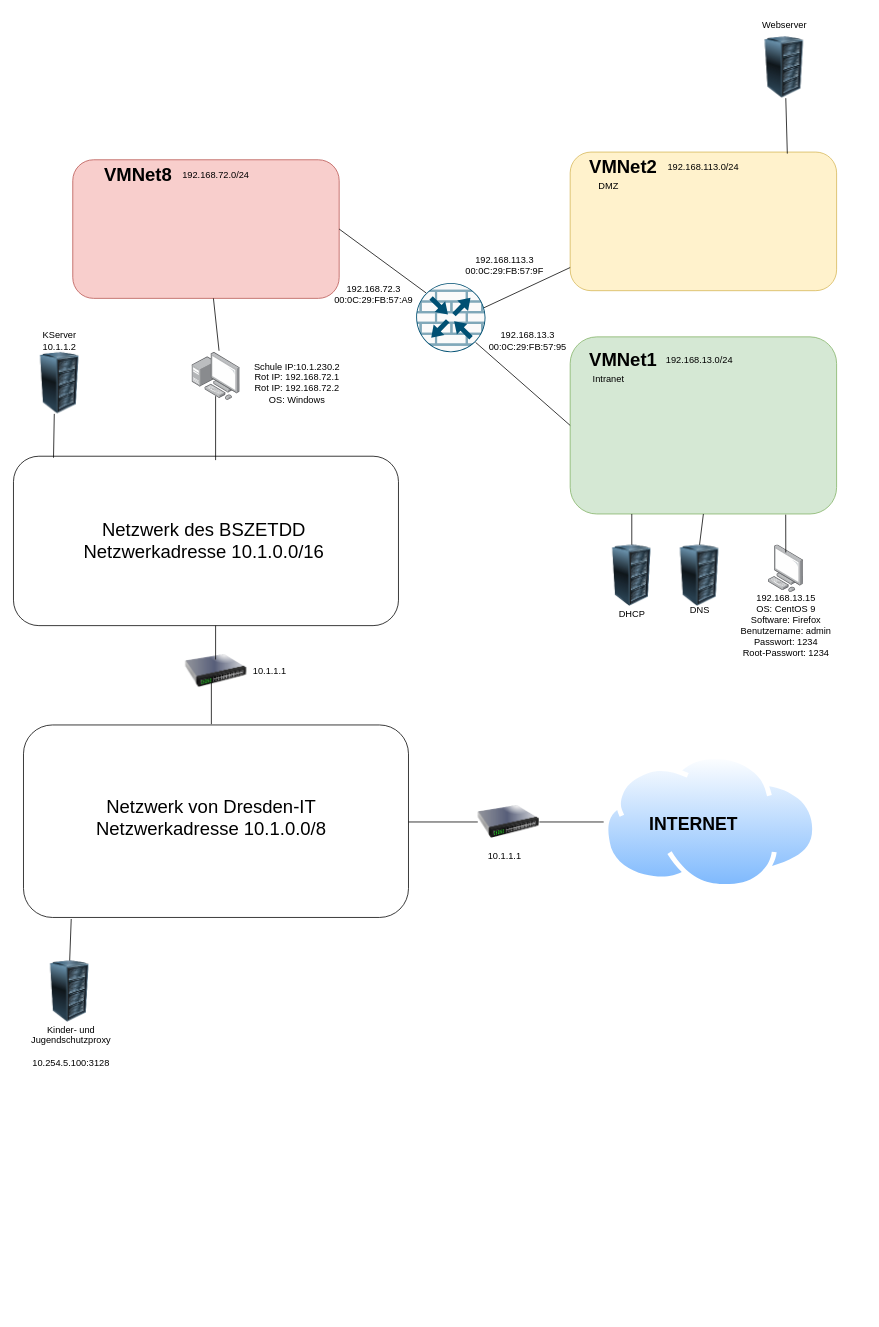
This is Unbenanntes Diagramm(1).drawio from peterLERNSAX/lf9-feuerwand, a draw.io file, before an edit. Source tidied: cells renumbered, new cells numbered last; positions are measured from the earlier drawing's top-left corner, leaving out a move shared by most shapes. Both pictures are drawn from the tidied source at 77%, with x=0, y=0 at pixel (13, 13).
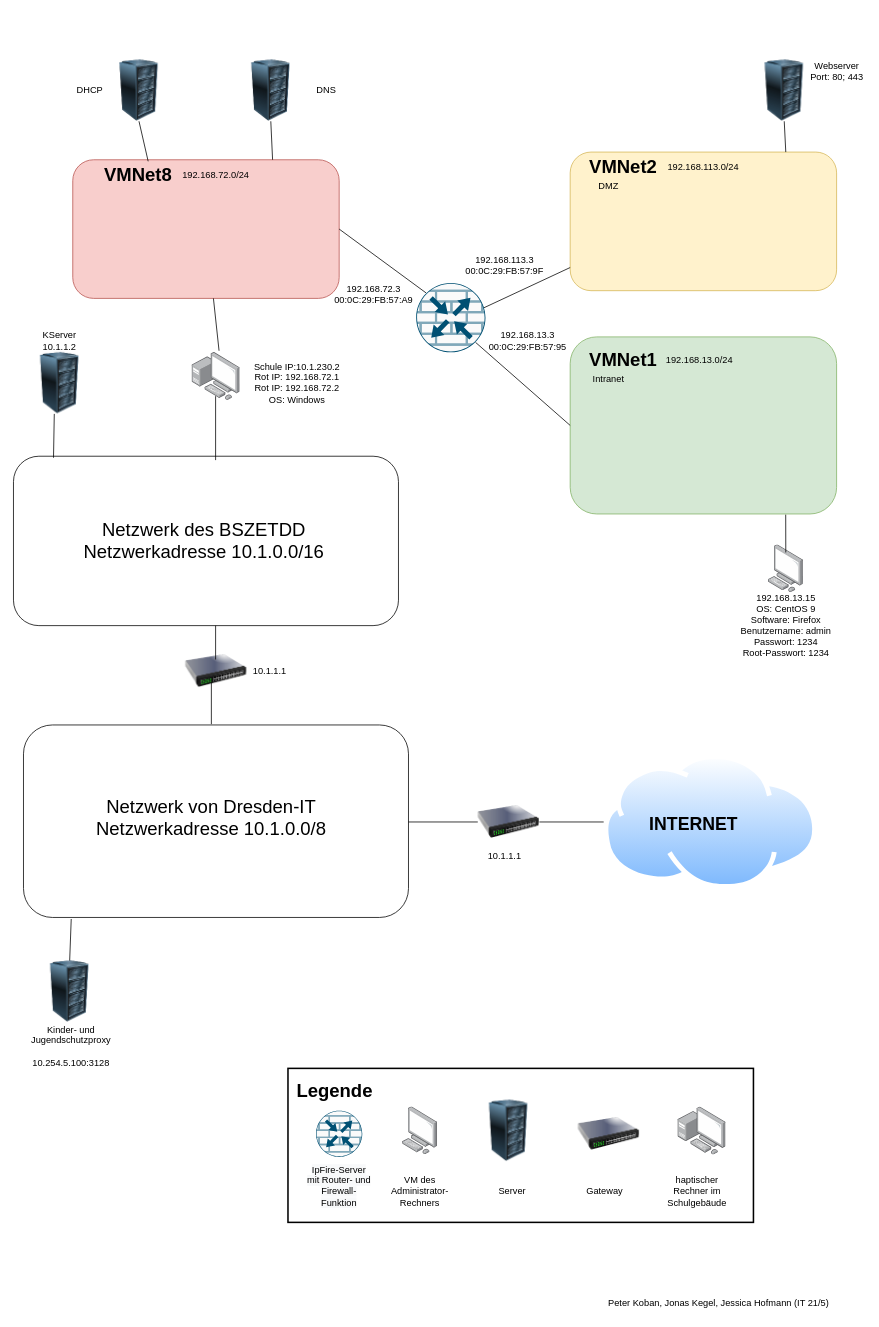
Above is the later version.

Commit message:
adding ports and caption

The change refers to these unchanged cells:
```xml
<mxCell id="4" style="rounded=1;whiteSpace=wrap;html=1;fillColor=#fff2cc;strokeColor=#d6b656;" parent="1" vertex="1">
  <mxGeometry x="723" y="180" width="346" height="180" as="geometry" />
</mxCell>
<mxCell id="5" style="rounded=1;whiteSpace=wrap;html=1;fillColor=#d5e8d4;strokeColor=#82b366;" parent="1" vertex="1">
  <mxGeometry x="723" y="420" width="346" height="230" as="geometry" />
</mxCell>
<mxCell id="6" style="rounded=1;whiteSpace=wrap;html=1;fillColor=#f8cecc;strokeColor=#b85450;" parent="1" vertex="1">
  <mxGeometry x="77" y="190" width="346" height="180" as="geometry" />
</mxCell>
```

What changed in the source:
```diff
@@
     <mxCell id="22" style="image;html=1;image=img/lib/clip_art/computers/Server_Rack_128x128.png;" parent="1" vertex="1">
-      <mxGeometry x="961" y="30" width="80" height="80" as="geometry" />
+      <mxGeometry x="961" y="60" width="80" height="80" as="geometry" />
     </mxCell>
-    <mxCell id="23" value="Webserver" style="text;html=1;strokeColor=none;fillColor=none;align=center;verticalAlign=middle;whiteSpace=wrap;rounded=0;" parent="1" vertex="1">
-      <mxGeometry x="964.5" width="73" height="30" as="geometry" />
+    <mxCell id="23" value="Webserver&lt;br&gt;Port: 80; 443" style="text;html=1;strokeColor=none;fillColor=none;align=center;verticalAlign=middle;whiteSpace=wrap;rounded=0;" parent="1" vertex="1">
+      <mxGeometry x="1033" y="60" width="73" height="30" as="geometry" />
     </mxCell>
@@
     <mxCell id="27" style="image;html=1;image=img/lib/clip_art/computers/Server_Rack_128x128.png;" parent="1" vertex="1">
-      <mxGeometry x="851" y="690" width="80" height="80" as="geometry" />
+      <mxGeometry x="294.2" y="60" width="80" height="80" as="geometry" />
     </mxCell>
     <mxCell id="28" value="DNS" style="text;html=1;strokeColor=none;fillColor=none;align=center;verticalAlign=middle;whiteSpace=wrap;rounded=0;" parent="1" vertex="1">
-      <mxGeometry x="854.5" y="760" width="73" height="30" as="geometry" />
+      <mxGeometry x="370" y="85" width="73" height="30" as="geometry" />
     </mxCell>
     <mxCell id="29" style="image;html=1;image=img/lib/clip_art/computers/Server_Rack_128x128.png;" parent="1" vertex="1">
-      <mxGeometry x="763" y="690" width="80" height="80" as="geometry" />
+      <mxGeometry x="123" y="60" width="80" height="80" as="geometry" />
     </mxCell>
     <mxCell id="30" value="DHCP" style="text;html=1;strokeColor=none;fillColor=none;align=center;verticalAlign=middle;whiteSpace=wrap;rounded=0;" parent="1" vertex="1">
-      <mxGeometry x="766.5" y="765" width="73" height="30" as="geometry" />
+      <mxGeometry x="63" y="85" width="73" height="30" as="geometry" />
     </mxCell>
@@
-    <mxCell id="45" style="endArrow=none;html=1;rounded=0;fontSize=12;" parent="1" edge="1">
-      <mxGeometry relative="1" as="geometry">
-        <mxPoint x="803" y="690" as="sourcePoint" />
-        <mxPoint x="803" y="650" as="targetPoint" />
-      </mxGeometry>
-    </mxCell>
-    <mxCell id="46" style="endArrow=none;html=1;rounded=0;fontSize=12;entryX=0.5;entryY=1;entryDx=0;entryDy=0;exitX=0.5;exitY=0;exitDx=0;exitDy=0;" parent="1" edge="1" source="27" target="5">
-      <mxGeometry relative="1" as="geometry" />
-    </mxCell>
@@
-    <mxCell id="48" style="endArrow=none;html=1;rounded=0;fontSize=12;exitX=0.815;exitY=0.011;exitDx=0;exitDy=0;exitPerimeter=0;" parent="1" edge="1" source="4">
+    <mxCell id="48" style="endArrow=none;html=1;rounded=0;fontSize=12;entryX=0.5;entryY=1;entryDx=0;entryDy=0;" parent="1" edge="1" target="22">
       <mxGeometry relative="1" as="geometry">
-        <mxPoint x="1003" y="110" as="targetPoint" />
+        <mxPoint x="1003" y="180" as="sourcePoint" />
       </mxGeometry>
     </mxCell>
@@
+    <mxCell id="56" style="rounded=0;whiteSpace=wrap;html=1;fillColor=none;strokeWidth=2;" parent="1" vertex="1">
+      <mxGeometry x="356.5" y="1370" width="604.5" height="200" as="geometry" />
+    </mxCell>
+    <mxCell id="57" value="&lt;h1&gt;Legende&lt;/h1&gt;" style="text;html=1;strokeColor=none;fillColor=none;spacing=5;spacingTop=-20;whiteSpace=wrap;overflow=hidden;rounded=0;strokeWidth=2;" parent="1" vertex="1">
+      <mxGeometry x="363" y="1380" width="120" height="40" as="geometry" />
+    </mxCell>
+    <mxCell id="58" style="sketch=0;verticalLabelPosition=bottom;html=1;verticalAlign=top;align=center;shape=mxgraph.cisco19.rect;prIcon=router_with_firewall;fillColor=#FAFAFA;strokeColor=#005073;" parent="1" vertex="1">
+      <mxGeometry x="393" y="1425" width="60" height="60" as="geometry" />
+    </mxCell>
+    <mxCell id="59" style="html=1;align=center;shadow=0;dashed=0;image;image=img/lib/allied_telesis/computer_and_terminals/Personal_Computer.svg;" parent="1" vertex="1">
+      <mxGeometry x="505.2" y="1420" width="45.6" height="61.8" as="geometry" />
+    </mxCell>
+    <mxCell id="60" style="image;html=1;image=img/lib/clip_art/computers/Server_Rack_128x128.png;" parent="1" vertex="1">
+      <mxGeometry x="603" y="1410.9" width="80" height="80" as="geometry" />
+    </mxCell>
+    <mxCell id="61" style="image;html=1;image=img/lib/clip_art/networking/Switch_128x128.png;" parent="1" vertex="1">
+      <mxGeometry x="733" y="1415" width="80" height="80" as="geometry" />
+    </mxCell>
+    <mxCell id="62" style="endArrow=none;html=1;rounded=0;fontSize=12;entryX=0.5;entryY=1;entryDx=0;entryDy=0;exitX=0.75;exitY=0;exitDx=0;exitDy=0;" parent="1" edge="1" source="6" target="27">
+      <mxGeometry relative="1" as="geometry" />
+    </mxCell>
+    <mxCell id="63" style="endArrow=none;html=1;rounded=0;fontSize=12;entryX=0.5;entryY=1;entryDx=0;entryDy=0;exitX=0.283;exitY=0.011;exitDx=0;exitDy=0;exitPerimeter=0;" parent="1" edge="1" source="6" target="29">
+      <mxGeometry relative="1" as="geometry" />
+    </mxCell>
+    <mxCell id="64" value="&#10;&lt;span style=&quot;color: rgb(0, 0, 0); font-family: Helvetica; font-size: 12px; font-style: normal; font-variant-ligatures: normal; font-variant-caps: normal; font-weight: 400; letter-spacing: normal; orphans: 2; text-align: center; text-indent: 0px; text-transform: none; widows: 2; word-spacing: 0px; -webkit-text-stroke-width: 0px; background-color: rgb(248, 249, 250); text-decoration-thickness: initial; text-decoration-style: initial; text-decoration-color: initial; float: none; display: inline !important;&quot;&gt;IpFire-Server mit Router- und Firewall-Funktion&lt;/span&gt;&#10;&#10;" style="text;html=1;strokeColor=none;fillColor=none;align=center;verticalAlign=middle;whiteSpace=wrap;rounded=0;strokeWidth=2;" parent="1" vertex="1">
+      <mxGeometry x="378" y="1500" width="90" height="59.1" as="geometry" />
+    </mxCell>
+    <mxCell id="65" value="VM des Administrator-Rechners" style="text;html=1;strokeColor=none;fillColor=none;align=center;verticalAlign=middle;whiteSpace=wrap;rounded=0;strokeWidth=2;" parent="1" vertex="1">
+      <mxGeometry x="483" y="1500" width="90" height="59.1" as="geometry" />
+    </mxCell>
+    <mxCell id="66" style="html=1;align=center;shadow=0;dashed=0;image;image=img/lib/allied_telesis/computer_and_terminals/Personal_Computer_with_Server.svg;" parent="1" vertex="1">
+      <mxGeometry x="862.8" y="1420" width="62.4" height="62.4" as="geometry" />
+    </mxCell>
+    <mxCell id="67" value="Server" style="text;html=1;strokeColor=none;fillColor=none;align=center;verticalAlign=middle;whiteSpace=wrap;rounded=0;strokeWidth=2;" parent="1" vertex="1">
+      <mxGeometry x="603" y="1500" width="90" height="59.1" as="geometry" />
+    </mxCell>
+    <mxCell id="68" value="Gateway" style="text;html=1;strokeColor=none;fillColor=none;align=center;verticalAlign=middle;whiteSpace=wrap;rounded=0;strokeWidth=2;" parent="1" vertex="1">
+      <mxGeometry x="723" y="1500" width="90" height="59.1" as="geometry" />
+    </mxCell>
+    <mxCell id="69" value="haptischer Rechner im Schulgebäude" style="text;html=1;strokeColor=none;fillColor=none;align=center;verticalAlign=middle;whiteSpace=wrap;rounded=0;strokeWidth=2;" parent="1" vertex="1">
+      <mxGeometry x="843" y="1500" width="90" height="59.1" as="geometry" />
+    </mxCell>
+    <mxCell id="70" style="edgeStyle=none;rounded=0;orthogonalLoop=1;jettySize=auto;html=1;exitX=1;exitY=0.25;exitDx=0;exitDy=0;" parent="1" edge="1" source="56" target="56">
+      <mxGeometry relative="1" as="geometry" />
+    </mxCell>
+    <mxCell id="71" value="Peter Koban, Jonas Kegel, Jessica Hofmann (IT 21/5)" style="text;html=1;strokeColor=none;fillColor=none;align=center;verticalAlign=middle;whiteSpace=wrap;rounded=0;strokeWidth=2;" parent="1" vertex="1">
+      <mxGeometry x="753" y="1660" width="325.5" height="30" as="geometry" />
+    </mxCell>
```
